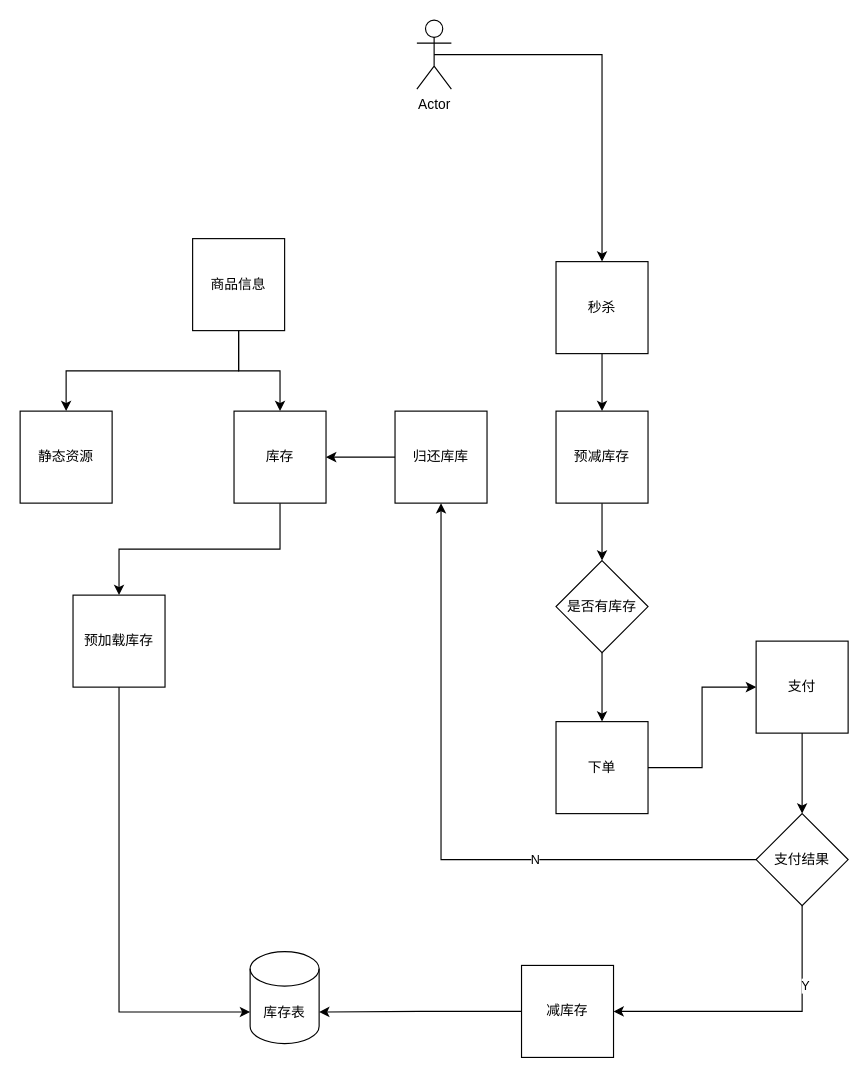
Above: 秒杀设计.drawio in lixyu/draw (draw.io), before the change. Source tidied: cells renumbered, new cells numbered last; positions are measured from the earlier drawing's top-left corner, leaving out a move shared by most shapes. Both pictures are drawn from the tidied source at 115%, with x=0, y=0 at pixel (20, 20).
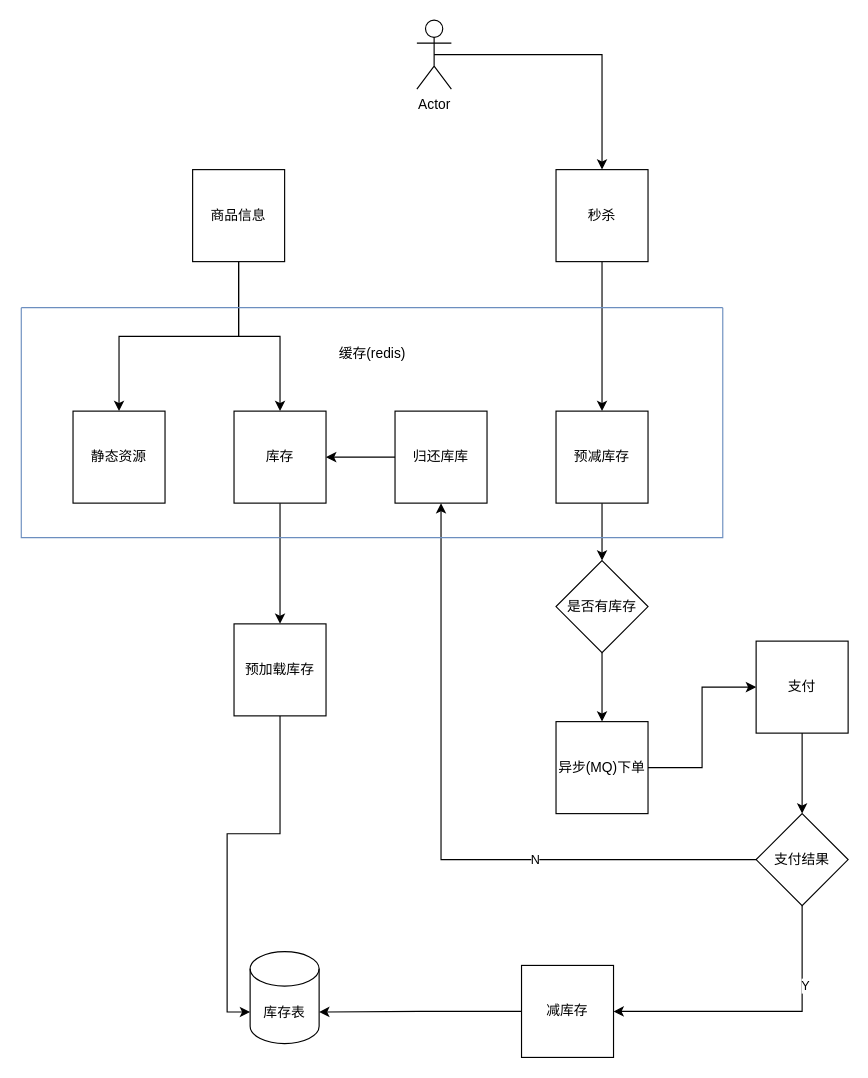
Above is the later version.

The edit, as a diff of the source:
```diff
@@
     <mxCell id="4" value="商品信息" style="whiteSpace=wrap;html=1;fillColor=#FFFFFF;" parent="1" vertex="1">
-      <mxGeometry x="150" y="190" width="80" height="80" as="geometry" />
+      <mxGeometry x="150" y="130" width="80" height="80" as="geometry" />
     </mxCell>
-    <mxCell id="5" value="静态资源" style="whiteSpace=wrap;html=1;fillColor=#FFFFFF;" parent="1" vertex="1">
-      <mxGeometry y="340" width="80" height="80" as="geometry" />
+    <mxCell id="5" value="静态资源" style="whiteSpace=wrap;html=1;" parent="1" vertex="1">
+      <mxGeometry x="46" y="340" width="80" height="80" as="geometry" />
     </mxCell>
@@
     <mxCell id="9" value="秒杀" style="whiteSpace=wrap;html=1;fillColor=#FFFFFF;" parent="1" vertex="1">
-      <mxGeometry x="466" y="210" width="80" height="80" as="geometry" />
+      <mxGeometry x="466" y="130" width="80" height="80" as="geometry" />
     </mxCell>
@@
     <mxCell id="13" value="预加载库存" style="whiteSpace=wrap;html=1;fillColor=#FFFFFF;" parent="1" vertex="1">
-      <mxGeometry x="46" y="500" width="80" height="80" as="geometry" />
+      <mxGeometry x="186" y="525" width="80" height="80" as="geometry" />
     </mxCell>
@@
-    <mxCell id="18" value="下单" style="whiteSpace=wrap;html=1;fillColor=#FFFFFF;" parent="1" vertex="1">
+    <mxCell id="18" value="异步(MQ)下单" style="whiteSpace=wrap;html=1;fillColor=#FFFFFF;" parent="1" vertex="1">
       <mxGeometry x="466" y="610" width="80" height="80" as="geometry" />
     </mxCell>
@@
+    <mxCell id="32" style="swimlane;startSize=0;fillColor=#dae8fc;strokeColor=#6c8ebf;" parent="1" vertex="1">
+      <mxGeometry x="1" y="250" width="610" height="200" as="geometry" />
+    </mxCell>
+    <mxCell id="33" value="缓存(redis)" style="text;html=1;align=center;verticalAlign=middle;strokeColor=none;" parent="1" vertex="1">
+      <mxGeometry x="271" y="280" width="70" height="20" as="geometry" />
+    </mxCell>
```
